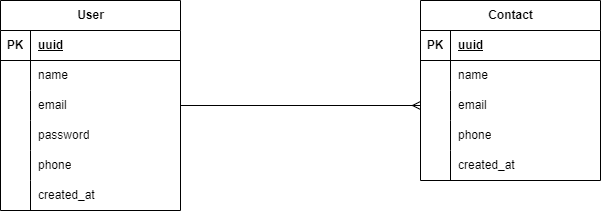
gaacarriel/api-clients keeps this draw.io diagram as diagram.png. Above is the earlier version. Source tidied: cells renumbered, new cells last; positions are measured from the earlier drawing's top-left corner, leaving out a move shared by most shapes. The source it was exported from:
```xml
<mxGraphModel background="#FFFFFF">
  <root>
    <mxCell id="0" />
    <mxCell id="1" parent="0" />
    <mxCell id="2" value="User" style="shape=table;startSize=30;rowLines=0;fontStyle=1;align=center;html=1;" parent="1" vertex="1">
      <mxGeometry width="180" height="210" as="geometry" />
    </mxCell>
    <mxCell id="3" style="shape=tableRow;horizontal=0;startSize=0;swimlaneHead=0;swimlaneBody=0;fillColor=none;top=0;left=0;right=0;bottom=1;" parent="2" vertex="1">
      <mxGeometry y="30" width="180" height="30" as="geometry" />
    </mxCell>
    <mxCell id="4" value="PK" style="shape=partialRectangle;fillColor=none;top=0;left=0;bottom=0;right=0;fontStyle=1;overflow=hidden;whiteSpace=wrap;html=1;" parent="3" vertex="1">
      <mxGeometry width="30" height="30" as="geometry" />
    </mxCell>
    <mxCell id="5" value="uuid" style="shape=partialRectangle;fillColor=none;top=0;left=0;bottom=0;right=0;align=left;spacingLeft=6;fontStyle=5;overflow=hidden;whiteSpace=wrap;html=1;" parent="3" vertex="1">
      <mxGeometry x="30" width="150" height="30" as="geometry" />
    </mxCell>
    <mxCell id="6" style="shape=tableRow;horizontal=0;startSize=0;swimlaneHead=0;swimlaneBody=0;fillColor=none;top=0;left=0;right=0;bottom=0;" parent="2" vertex="1">
      <mxGeometry y="60" width="180" height="30" as="geometry" />
    </mxCell>
    <mxCell id="7" style="shape=partialRectangle;fillColor=none;top=0;left=0;bottom=0;right=0;overflow=hidden;whiteSpace=wrap;html=1;" parent="6" vertex="1">
      <mxGeometry width="30" height="30" as="geometry" />
    </mxCell>
    <mxCell id="8" value="name" style="shape=partialRectangle;fillColor=none;top=0;left=0;bottom=0;right=0;align=left;spacingLeft=6;overflow=hidden;whiteSpace=wrap;html=1;" parent="6" vertex="1">
      <mxGeometry x="30" width="150" height="30" as="geometry" />
    </mxCell>
    <mxCell id="9" style="shape=tableRow;horizontal=0;startSize=0;swimlaneHead=0;swimlaneBody=0;fillColor=none;points=[[0,0.5],[1,0.5]];portConstraint=eastwest;top=0;left=0;right=0;bottom=0;" parent="2" vertex="1">
      <mxGeometry y="90" width="180" height="30" as="geometry" />
    </mxCell>
    <mxCell id="10" style="shape=partialRectangle;fillColor=none;top=0;left=0;bottom=0;right=0;overflow=hidden;whiteSpace=wrap;html=1;" parent="9" vertex="1">
      <mxGeometry width="30" height="30" as="geometry" />
    </mxCell>
    <mxCell id="11" value="email" style="shape=partialRectangle;fillColor=none;top=0;left=0;bottom=0;right=0;align=left;spacingLeft=6;overflow=hidden;whiteSpace=wrap;html=1;" parent="9" vertex="1">
      <mxGeometry x="30" width="150" height="30" as="geometry" />
    </mxCell>
    <mxCell id="12" style="shape=tableRow;horizontal=0;startSize=0;swimlaneHead=0;swimlaneBody=0;fillColor=none;top=0;left=0;right=0;bottom=0;" parent="2" vertex="1">
      <mxGeometry y="120" width="180" height="30" as="geometry" />
    </mxCell>
    <mxCell id="13" style="shape=partialRectangle;fillColor=none;top=0;left=0;bottom=0;right=0;overflow=hidden;whiteSpace=wrap;html=1;" parent="12" vertex="1">
      <mxGeometry width="30" height="30" as="geometry" />
    </mxCell>
    <mxCell id="14" value="password" style="shape=partialRectangle;fillColor=none;top=0;left=0;bottom=0;right=0;align=left;spacingLeft=6;overflow=hidden;whiteSpace=wrap;html=1;" parent="12" vertex="1">
      <mxGeometry x="30" width="150" height="30" as="geometry" />
    </mxCell>
    <mxCell id="15" style="shape=tableRow;horizontal=0;startSize=0;swimlaneHead=0;swimlaneBody=0;fillColor=none;top=0;left=0;right=0;bottom=0;" parent="2" vertex="1">
      <mxGeometry y="150" width="180" height="30" as="geometry" />
    </mxCell>
    <mxCell id="16" style="shape=partialRectangle;fillColor=none;top=0;left=0;bottom=0;right=0;overflow=hidden;whiteSpace=wrap;html=1;" parent="15" vertex="1">
      <mxGeometry width="30" height="30" as="geometry" />
    </mxCell>
    <mxCell id="17" value="phone" style="shape=partialRectangle;fillColor=none;top=0;left=0;bottom=0;right=0;align=left;spacingLeft=6;overflow=hidden;whiteSpace=wrap;html=1;" parent="15" vertex="1">
      <mxGeometry x="30" width="150" height="30" as="geometry" />
    </mxCell>
    <mxCell id="18" style="shape=tableRow;horizontal=0;startSize=0;swimlaneHead=0;swimlaneBody=0;fillColor=none;top=0;left=0;right=0;bottom=0;" parent="2" vertex="1">
      <mxGeometry y="180" width="180" height="30" as="geometry" />
    </mxCell>
    <mxCell id="19" style="shape=partialRectangle;fillColor=none;top=0;left=0;bottom=0;right=0;overflow=hidden;whiteSpace=wrap;html=1;" parent="18" vertex="1">
      <mxGeometry width="30" height="30" as="geometry" />
    </mxCell>
    <mxCell id="20" value="created_at" style="shape=partialRectangle;fillColor=none;top=0;left=0;bottom=0;right=0;align=left;spacingLeft=6;overflow=hidden;whiteSpace=wrap;html=1;" parent="18" vertex="1">
      <mxGeometry x="30" width="150" height="30" as="geometry" />
    </mxCell>
    <mxCell id="21" value="Contact" style="shape=table;startSize=30;rowLines=0;fontStyle=1;align=center;html=1;" parent="1" vertex="1">
      <mxGeometry x="420" width="180" height="180" as="geometry" />
    </mxCell>
    <mxCell id="22" style="shape=tableRow;horizontal=0;startSize=0;swimlaneHead=0;swimlaneBody=0;fillColor=none;top=0;left=0;right=0;bottom=1;" parent="21" vertex="1">
      <mxGeometry y="30" width="180" height="30" as="geometry" />
    </mxCell>
    <mxCell id="23" value="PK" style="shape=partialRectangle;fillColor=none;top=0;left=0;bottom=0;right=0;fontStyle=1;overflow=hidden;whiteSpace=wrap;html=1;" parent="22" vertex="1">
      <mxGeometry width="30" height="30" as="geometry" />
    </mxCell>
    <mxCell id="24" value="uuid" style="shape=partialRectangle;fillColor=none;top=0;left=0;bottom=0;right=0;align=left;spacingLeft=6;fontStyle=5;overflow=hidden;whiteSpace=wrap;html=1;" parent="22" vertex="1">
      <mxGeometry x="30" width="150" height="30" as="geometry" />
    </mxCell>
    <mxCell id="25" style="shape=tableRow;horizontal=0;startSize=0;swimlaneHead=0;swimlaneBody=0;fillColor=none;top=0;left=0;right=0;bottom=0;" parent="21" vertex="1">
      <mxGeometry y="60" width="180" height="30" as="geometry" />
    </mxCell>
    <mxCell id="26" style="shape=partialRectangle;fillColor=none;top=0;left=0;bottom=0;right=0;overflow=hidden;whiteSpace=wrap;html=1;" parent="25" vertex="1">
      <mxGeometry width="30" height="30" as="geometry" />
    </mxCell>
    <mxCell id="27" value="name" style="shape=partialRectangle;fillColor=none;top=0;left=0;bottom=0;right=0;align=left;spacingLeft=6;overflow=hidden;whiteSpace=wrap;html=1;" parent="25" vertex="1">
      <mxGeometry x="30" width="150" height="30" as="geometry" />
    </mxCell>
    <mxCell id="28" style="shape=tableRow;horizontal=0;startSize=0;swimlaneHead=0;swimlaneBody=0;fillColor=none;points=[[0,0.5],[1,0.5]];portConstraint=eastwest;top=0;left=0;right=0;bottom=0;" parent="21" vertex="1">
      <mxGeometry y="90" width="180" height="30" as="geometry" />
    </mxCell>
    <mxCell id="29" style="shape=partialRectangle;fillColor=none;top=0;left=0;bottom=0;right=0;overflow=hidden;whiteSpace=wrap;html=1;" parent="28" vertex="1">
      <mxGeometry width="30" height="30" as="geometry" />
    </mxCell>
    <mxCell id="30" value="email" style="shape=partialRectangle;fillColor=none;top=0;left=0;bottom=0;right=0;align=left;spacingLeft=6;overflow=hidden;whiteSpace=wrap;html=1;" parent="28" vertex="1">
      <mxGeometry x="30" width="150" height="30" as="geometry" />
    </mxCell>
    <mxCell id="31" style="shape=tableRow;horizontal=0;startSize=0;swimlaneHead=0;swimlaneBody=0;fillColor=none;top=0;left=0;right=0;bottom=0;" parent="21" vertex="1">
      <mxGeometry y="120" width="180" height="30" as="geometry" />
    </mxCell>
    <mxCell id="32" style="shape=partialRectangle;fillColor=none;top=0;left=0;bottom=0;right=0;overflow=hidden;whiteSpace=wrap;html=1;" parent="31" vertex="1">
      <mxGeometry width="30" height="30" as="geometry" />
    </mxCell>
    <mxCell id="33" value="phone" style="shape=partialRectangle;fillColor=none;top=0;left=0;bottom=0;right=0;align=left;spacingLeft=6;overflow=hidden;whiteSpace=wrap;html=1;" parent="31" vertex="1">
      <mxGeometry x="30" width="150" height="30" as="geometry" />
    </mxCell>
    <mxCell id="34" style="shape=tableRow;horizontal=0;startSize=0;swimlaneHead=0;swimlaneBody=0;fillColor=none;top=0;left=0;right=0;bottom=0;" parent="21" vertex="1">
      <mxGeometry y="150" width="180" height="30" as="geometry" />
    </mxCell>
    <mxCell id="35" style="shape=partialRectangle;fillColor=none;top=0;left=0;bottom=0;right=0;overflow=hidden;whiteSpace=wrap;html=1;" parent="34" vertex="1">
      <mxGeometry width="30" height="30" as="geometry" />
    </mxCell>
    <mxCell id="36" value="created_at" style="shape=partialRectangle;fillColor=none;top=0;left=0;bottom=0;right=0;align=left;spacingLeft=6;overflow=hidden;whiteSpace=wrap;html=1;" parent="34" vertex="1">
      <mxGeometry x="30" width="150" height="30" as="geometry" />
    </mxCell>
    <mxCell id="37" style="edgeStyle=orthogonalEdgeStyle;rounded=0;jettySize=auto;html=1;entryX=0;entryY=0.5;entryDx=0;entryDy=0;endArrow=ERmany;endFill=0;" parent="1" edge="1" source="9" target="28">
      <mxGeometry relative="1" as="geometry" />
    </mxCell>
  </root>
</mxGraphModel>
```
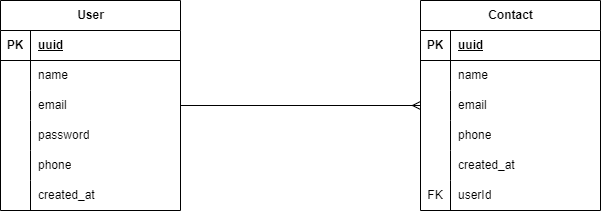
After the change.

Change to the diagram source:
```diff
@@ -60,7 +60,7 @@
       <mxGeometry x="30" width="150" height="30" as="geometry" />
     </mxCell>
     <mxCell id="21" value="Contact" style="shape=table;startSize=30;rowLines=0;fontStyle=1;align=center;html=1;" parent="1" vertex="1">
-      <mxGeometry x="420" width="180" height="180" as="geometry" />
+      <mxGeometry x="420" width="180" height="210" as="geometry" />
     </mxCell>
     <mxCell id="22" style="shape=tableRow;horizontal=0;startSize=0;swimlaneHead=0;swimlaneBody=0;fillColor=none;top=0;left=0;right=0;bottom=1;" parent="21" vertex="1">
       <mxGeometry y="30" width="180" height="30" as="geometry" />
@@ -107,6 +107,15 @@
     <mxCell id="36" value="created_at" style="shape=partialRectangle;fillColor=none;top=0;left=0;bottom=0;right=0;align=left;spacingLeft=6;overflow=hidden;whiteSpace=wrap;html=1;" parent="34" vertex="1">
       <mxGeometry x="30" width="150" height="30" as="geometry" />
     </mxCell>
+    <mxCell id="38" style="shape=tableRow;horizontal=0;startSize=0;swimlaneHead=0;swimlaneBody=0;fillColor=none;top=0;left=0;right=0;bottom=0;" parent="21" vertex="1">
+      <mxGeometry y="180" width="180" height="30" as="geometry" />
+    </mxCell>
+    <mxCell id="39" value="FK" style="shape=partialRectangle;fillColor=none;top=0;left=0;bottom=0;right=0;overflow=hidden;whiteSpace=wrap;html=1;" parent="38" vertex="1">
+      <mxGeometry width="30" height="30" as="geometry" />
+    </mxCell>
+    <mxCell id="40" value="userId" style="shape=partialRectangle;fillColor=none;top=0;left=0;bottom=0;right=0;align=left;spacingLeft=6;overflow=hidden;whiteSpace=wrap;html=1;" parent="38" vertex="1">
+      <mxGeometry x="30" width="150" height="30" as="geometry" />
+    </mxCell>
     <mxCell id="37" style="edgeStyle=orthogonalEdgeStyle;rounded=0;jettySize=auto;html=1;entryX=0;entryY=0.5;entryDx=0;entryDy=0;endArrow=ERmany;endFill=0;" parent="1" edge="1" source="9" target="28">
       <mxGeometry relative="1" as="geometry" />
     </mxCell>
```
